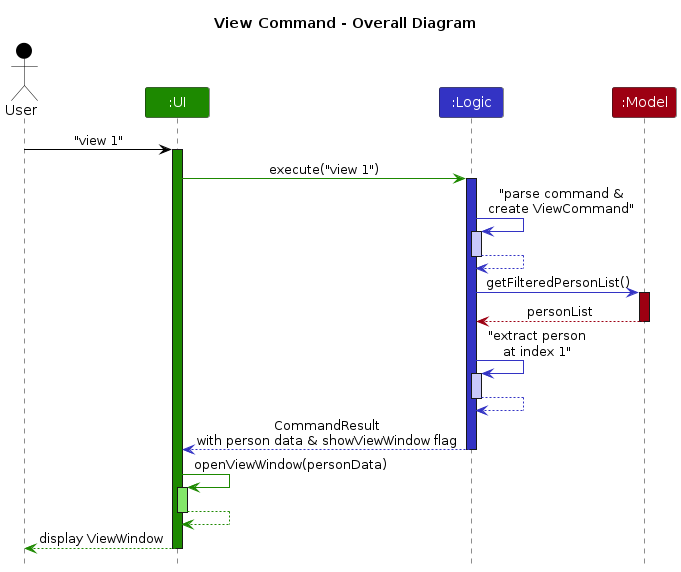
Before: diagrams/ViewSequenceDiagram-Overall.png, a diagram exported from PlantUML (AY2526S1-CS2103T-F14B-1/tp). Its source is kept beside it as diagrams/ViewSequenceDiagram-Overall.puml.
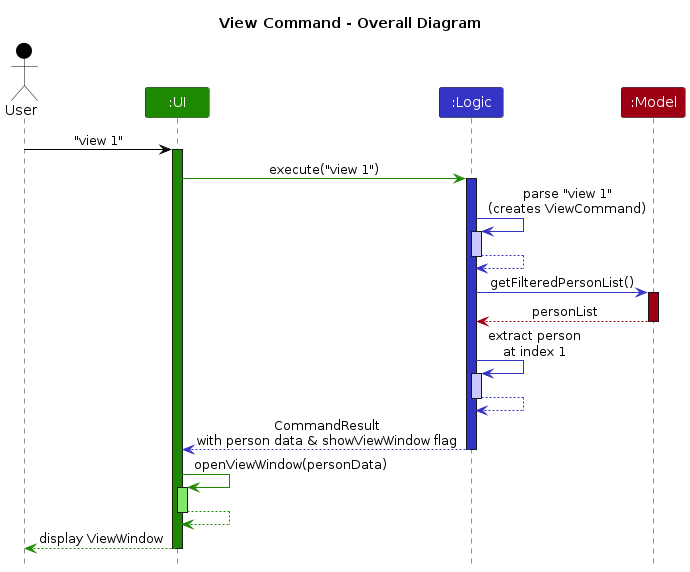
The same diagram one commit later.

Diff of the diagram source:
```diff
@@ -15,7 +15,7 @@
 ui -[UI_COLOR]> logic : execute("view 1")
 activate logic LOGIC_COLOR
 
-logic -[LOGIC_COLOR]> logic : "parse command &\ncreate ViewCommand"
+logic -[LOGIC_COLOR]> logic : parse "view 1"\n(creates ViewCommand)
 activate logic LOGIC_COLOR_T1
 logic --[LOGIC_COLOR]> logic
 deactivate logic
@@ -26,7 +26,7 @@
 model --[MODEL_COLOR]> logic : personList
 deactivate model
 
-logic -[LOGIC_COLOR]> logic : "extract person\nat index 1"
+logic -[LOGIC_COLOR]> logic : extract person\nat index 1
 activate logic LOGIC_COLOR_T1
 logic --[LOGIC_COLOR]> logic
 deactivate logic
```
